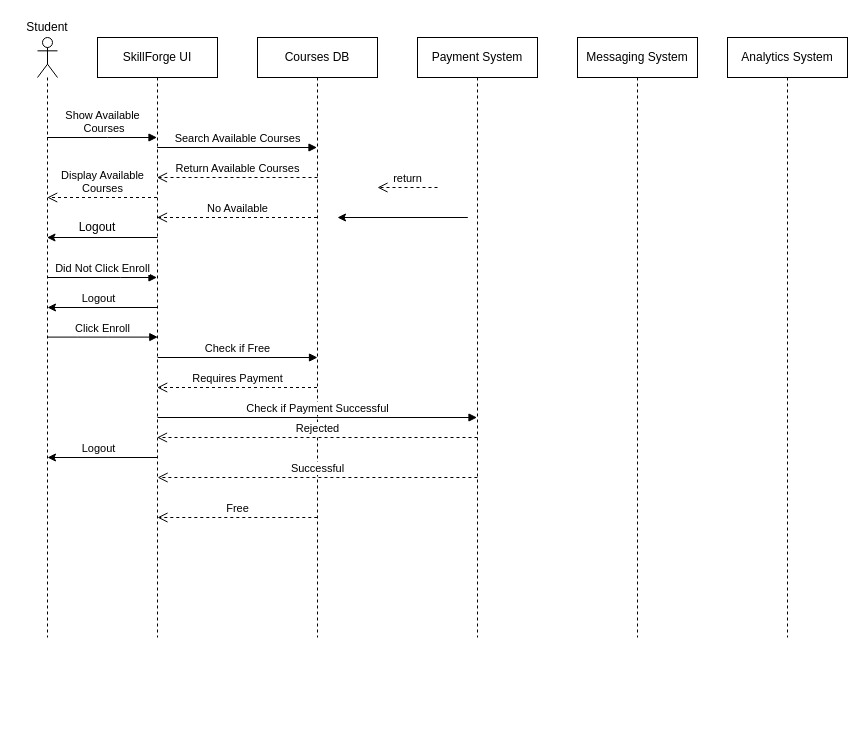
Earlier version of the draw.io diagram SequenceDiagram.drawio (RodinaMohamed04/Lab6). Source tidied: cells renumbered, new cells numbered last; positions are measured from the earlier drawing's top-left corner, leaving out a move shared by most shapes. Both pictures are drawn from the tidied source at 100%, with x=0, y=0 at pixel (17, 17).
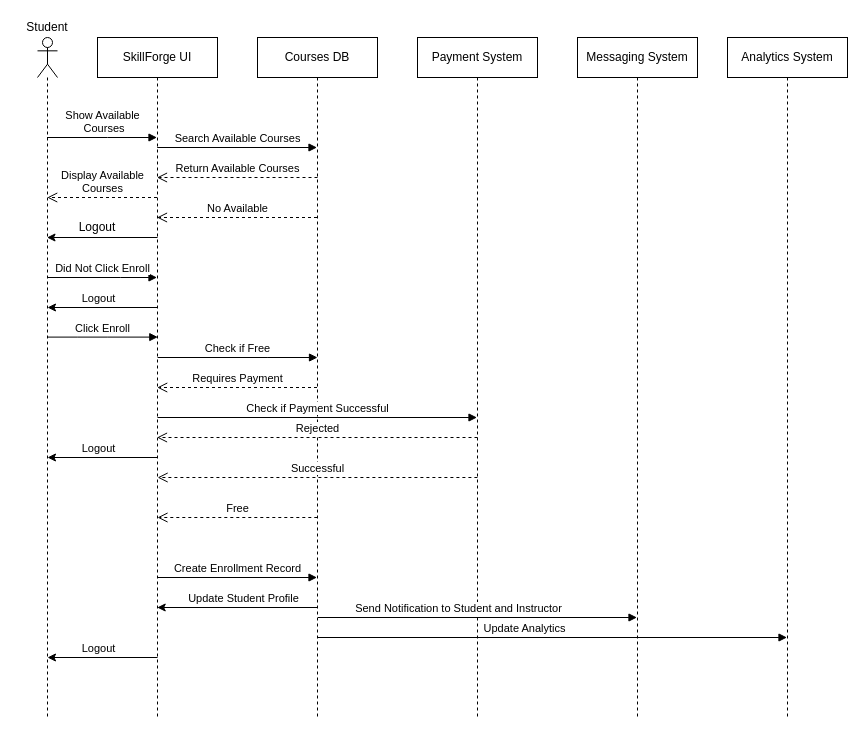
The same diagram, later.

Diff of the diagram source:
```diff
@@
     <mxCell id="2" value="SkillForge UI" style="shape=umlLifeline;perimeter=lifelinePerimeter;whiteSpace=wrap;html=1;outlineConnect=0;portConstraint=eastwest;newEdgeStyle={&quot;curved&quot;:0,&quot;rounded&quot;:0};" parent="1" vertex="1">
-      <mxGeometry x="80" y="20" width="120" height="600" as="geometry" />
+      <mxGeometry x="80" y="20" width="120" height="680" as="geometry" />
     </mxCell>
     <mxCell id="3" style="shape=umlLifeline;perimeter=lifelinePerimeter;whiteSpace=wrap;html=1;outlineConnect=0;portConstraint=eastwest;newEdgeStyle={&quot;curved&quot;:0,&quot;rounded&quot;:0};participant=umlActor;" parent="1" vertex="1">
-      <mxGeometry x="20" y="20" width="20" height="600" as="geometry" />
+      <mxGeometry x="20" y="20" width="20" height="680" as="geometry" />
     </mxCell>
     <mxCell id="4" value="Courses DB" style="shape=umlLifeline;perimeter=lifelinePerimeter;whiteSpace=wrap;html=1;outlineConnect=0;portConstraint=eastwest;newEdgeStyle={&quot;curved&quot;:0,&quot;rounded&quot;:0};" parent="1" vertex="1">
-      <mxGeometry x="240" y="20" width="120" height="600" as="geometry" />
+      <mxGeometry x="240" y="20" width="120" height="680" as="geometry" />
     </mxCell>
     <mxCell id="5" value="Payment System" style="shape=umlLifeline;perimeter=lifelinePerimeter;whiteSpace=wrap;html=1;outlineConnect=0;portConstraint=eastwest;newEdgeStyle={&quot;curved&quot;:0,&quot;rounded&quot;:0};" parent="1" vertex="1">
-      <mxGeometry x="400" y="20" width="120" height="600" as="geometry" />
+      <mxGeometry x="400" y="20" width="120" height="680" as="geometry" />
     </mxCell>
     <mxCell id="6" value="Messaging System" style="shape=umlLifeline;perimeter=lifelinePerimeter;whiteSpace=wrap;html=1;newEdgeStyle={&quot;curved&quot;:0,&quot;rounded&quot;:0};" parent="1" vertex="1">
-      <mxGeometry x="560" y="20" width="120" height="600" as="geometry" />
+      <mxGeometry x="560" y="20" width="120" height="680" as="geometry" />
     </mxCell>
     <mxCell id="7" value="Analytics System" style="shape=umlLifeline;perimeter=lifelinePerimeter;whiteSpace=wrap;html=1;outlineConnect=0;portConstraint=eastwest;newEdgeStyle={&quot;curved&quot;:0,&quot;rounded&quot;:0};" parent="1" vertex="1">
-      <mxGeometry x="710" y="20" width="120" height="600" as="geometry" />
+      <mxGeometry x="710" y="20" width="120" height="680" as="geometry" />
     </mxCell>
@@
-    <mxCell id="15" style="endArrow=classic;html=1;rounded=0;" parent="1" edge="1">
-      <mxGeometry relative="1" as="geometry">
-        <mxPoint x="450.3" y="200" as="sourcePoint" />
-        <mxPoint x="320" y="200" as="targetPoint" />
-      </mxGeometry>
-    </mxCell>
@@
-    <mxCell id="20" value="return" style="html=1;verticalAlign=bottom;endArrow=open;dashed=1;endSize=8;curved=0;rounded=0;" parent="1" edge="1">
-      <mxGeometry relative="1" as="geometry">
-        <mxPoint x="420" y="170" as="sourcePoint" />
-        <mxPoint x="360" y="170" as="targetPoint" />
-      </mxGeometry>
-    </mxCell>
@@
+    <mxCell id="30" value="Create Enrollment Record" style="html=1;verticalAlign=bottom;endArrow=block;curved=0;rounded=0;" parent="1" edge="1">
+      <mxGeometry relative="1" as="geometry">
+        <mxPoint x="140" y="560" as="sourcePoint" />
+        <mxPoint x="299.5" y="560" as="targetPoint" />
+      </mxGeometry>
+    </mxCell>
+    <mxCell id="31" style="endArrow=classic;html=1;rounded=0;" parent="1" edge="1">
+      <mxGeometry relative="1" as="geometry">
+        <mxPoint x="299.5" y="590" as="sourcePoint" />
+        <mxPoint x="139.7" y="590" as="targetPoint" />
+      </mxGeometry>
+    </mxCell>
+    <mxCell id="32" value="Update Student Profile" style="edgeLabel;html=1;align=center;verticalAlign=middle;" parent="31" vertex="1">
+      <mxGeometry x="-0.08" y="1" relative="1" as="geometry">
+        <mxPoint y="-11" as="offset" />
+      </mxGeometry>
+    </mxCell>
+    <mxCell id="33" value="Send Notification to Student and Instructor" style="html=1;verticalAlign=bottom;endArrow=block;curved=0;rounded=0;" parent="1" edge="1">
+      <mxGeometry x="-0.12" relative="1" as="geometry">
+        <mxPoint x="300.5" y="600" as="sourcePoint" />
+        <mxPoint x="619.5" y="600" as="targetPoint" />
+      </mxGeometry>
+    </mxCell>
+    <mxCell id="34" value="Update Analytics" style="html=1;verticalAlign=bottom;endArrow=block;curved=0;rounded=0;" parent="1" edge="1" target="7">
+      <mxGeometry x="-0.12" relative="1" as="geometry">
+        <mxPoint x="300.5" y="620" as="sourcePoint" />
+      </mxGeometry>
+    </mxCell>
+    <mxCell id="35" style="endArrow=classic;html=1;rounded=0;" parent="1" edge="1">
+      <mxGeometry relative="1" as="geometry">
+        <mxPoint x="140" y="640" as="sourcePoint" />
+        <mxPoint x="30" y="640" as="targetPoint" />
+      </mxGeometry>
+    </mxCell>
+    <mxCell id="36" value="Logout" style="edgeLabel;html=1;align=center;verticalAlign=middle;" parent="35" vertex="1">
+      <mxGeometry x="0.47" relative="1" as="geometry">
+        <mxPoint x="21" y="-10" as="offset" />
+      </mxGeometry>
+    </mxCell>
```
